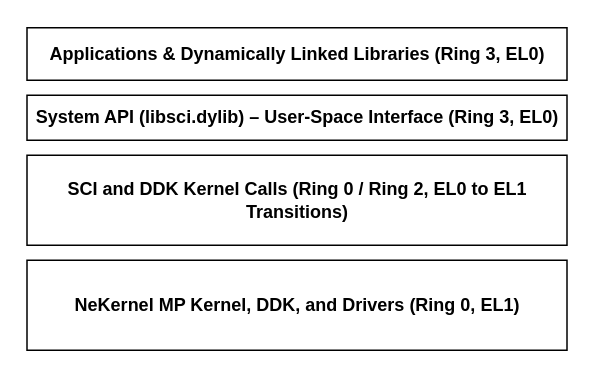
The draw.io diagram docs/drawio/OS_DESIGN.drawio in nekernel-org/nekernel, before the edit. Source tidied: cells renumbered, new cells numbered last; positions are measured from the earlier drawing's top-left corner, leaving out a move shared by most shapes. Both pictures are drawn from the tidied source at 150%, with x=0, y=0 at pixel (27, 27).
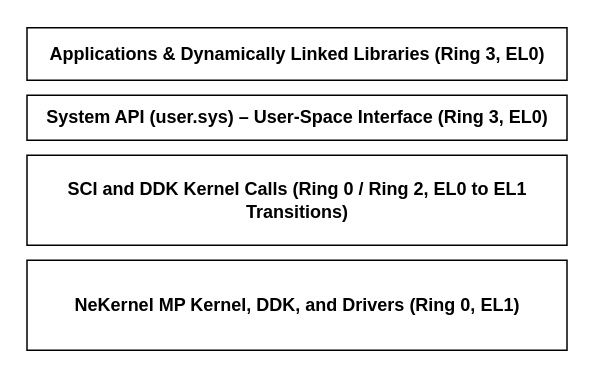
Above is the later version.

Commit message (it also covers changes not shown here):
docs: add mermaid directory, fix bad refactor in HeFS.h, and updated OS_DESIGN.drawio

What changed in the source:
```diff
@@
 <mxGraphModel>
   <root>
     <mxCell id="0" />
     <mxCell id="1" parent="0" />
-    <mxCell id="2" value="&lt;p class=&quot;p1&quot;&gt;&lt;b&gt;System API (libsci.dylib) – User-Space Interface (Ring 3, EL0)&lt;/b&gt;&lt;/p&gt;" style="rounded=0;whiteSpace=wrap;html=1;" parent="1" vertex="1">
+    <mxCell id="2" value="&lt;p class=&quot;p1&quot;&gt;&lt;b&gt;System API (user.sys&lt;/b&gt;&lt;b style=&quot;background-color: transparent;&quot;&gt;) – User-Space Interface (Ring 3, EL0)&lt;/b&gt;&lt;/p&gt;" style="rounded=0;whiteSpace=wrap;html=1;" parent="1" vertex="1">
       <mxGeometry x="-0.5" y="45" width="360" height="30" as="geometry" />
     </mxCell>
     <mxCell id="3" value="&lt;p class=&quot;p1&quot;&gt;&lt;b&gt;Applications &amp;amp; Dynamically Linked Libraries (Ring 3, EL0)&lt;/b&gt;&lt;/p&gt;" style="rounded=0;whiteSpace=wrap;html=1;" parent="1" vertex="1">
       <mxGeometry x="-0.5" width="360" height="35" as="geometry" />
     </mxCell>
     <mxCell id="4" value="&lt;p class=&quot;p1&quot;&gt;&lt;b&gt;NeKernel MP Kernel, DDK, and Drivers (Ring 0, EL1)&lt;/b&gt;&lt;/p&gt;" style="rounded=0;whiteSpace=wrap;html=1;" parent="1" vertex="1">
       <mxGeometry x="-0.5" y="155" width="360" height="60" as="geometry" />
     </mxCell>
     <mxCell id="5" value="&lt;p class=&quot;p1&quot;&gt;&lt;b&gt;SCI and DDK Kernel Calls (Ring 0 / Ring 2, EL0 to EL1 Transitions)&lt;/b&gt;&lt;/p&gt;" style="rounded=0;whiteSpace=wrap;html=1;" parent="1" vertex="1">
       <mxGeometry x="-0.5" y="85" width="360" height="60" as="geometry" />
     </mxCell>
   </root>
 </mxGraphModel>
```
